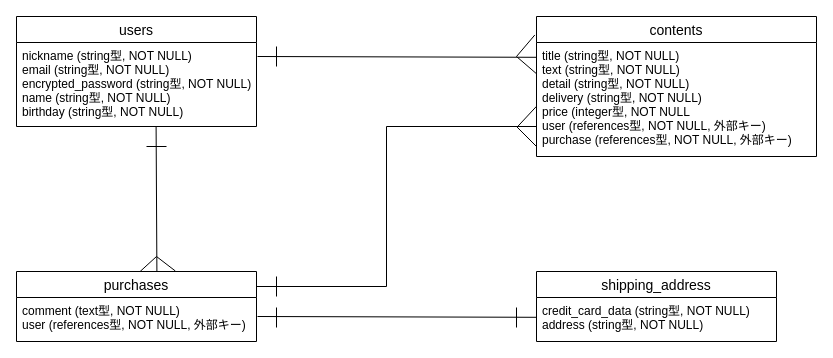
volleyboo/furima-37823 keeps this draw.io diagram as ER図.dio. Above is the earlier version. Source tidied: cells renumbered, new cells numbered last; positions are measured from the earlier drawing's top-left corner, leaving out a move shared by most shapes. Both pictures are drawn from the tidied source at 100%, with x=0, y=0 at pixel (16, 16).
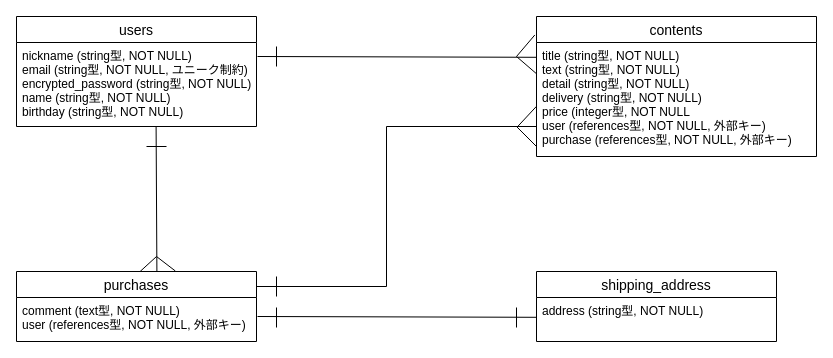
Above is the later version.

The change refers to these unchanged cells:
```xml
<mxCell id="2" value="users" style="swimlane;fontStyle=0;horizontal=1;startSize=26;align=center;fontSize=14;" parent="1" vertex="1">
  <mxGeometry width="240" height="110" as="geometry" />
</mxCell>
<mxCell id="9" value="shipping_address" style="swimlane;fontStyle=0;horizontal=1;startSize=26;align=center;fontSize=14;" parent="1" vertex="1">
  <mxGeometry x="520" y="255" width="240" height="70" as="geometry" />
</mxCell>
```

What changed in the source:
```diff
@@
-    <mxCell id="3" value="nickname (string型, NOT NULL)&#10;email (string型, NOT NULL)&#10;encrypted_password (string型, NOT NULL)&#10;name (string型, NOT NULL)&#10;birthday (string型, NOT NULL)" style="text;strokeColor=none;fillColor=none;spacingLeft=4;spacingRight=4;overflow=hidden;fontSize=12;" parent="2" vertex="1">
+    <mxCell id="3" value="nickname (string型, NOT NULL)&#10;email (string型, NOT NULL, ユニーク制約)&#10;encrypted_password (string型, NOT NULL)&#10;name (string型, NOT NULL)&#10;birthday (string型, NOT NULL)" style="text;strokeColor=none;fillColor=none;spacingLeft=4;spacingRight=4;overflow=hidden;fontSize=12;" parent="2" vertex="1">
       <mxGeometry y="26" width="240" height="84" as="geometry" />
     </mxCell>
@@
-    <mxCell id="10" value="credit_card_data (string型, NOT NULL)&#10;address (string型, NOT NULL)" style="text;strokeColor=none;fillColor=none;spacingLeft=4;spacingRight=4;overflow=hidden;fontSize=12;" parent="9" vertex="1">
+    <mxCell id="10" value="address (string型, NOT NULL)" style="text;strokeColor=none;fillColor=none;spacingLeft=4;spacingRight=4;overflow=hidden;fontSize=12;" parent="9" vertex="1">
       <mxGeometry y="26" width="240" height="44" as="geometry" />
     </mxCell>
```
